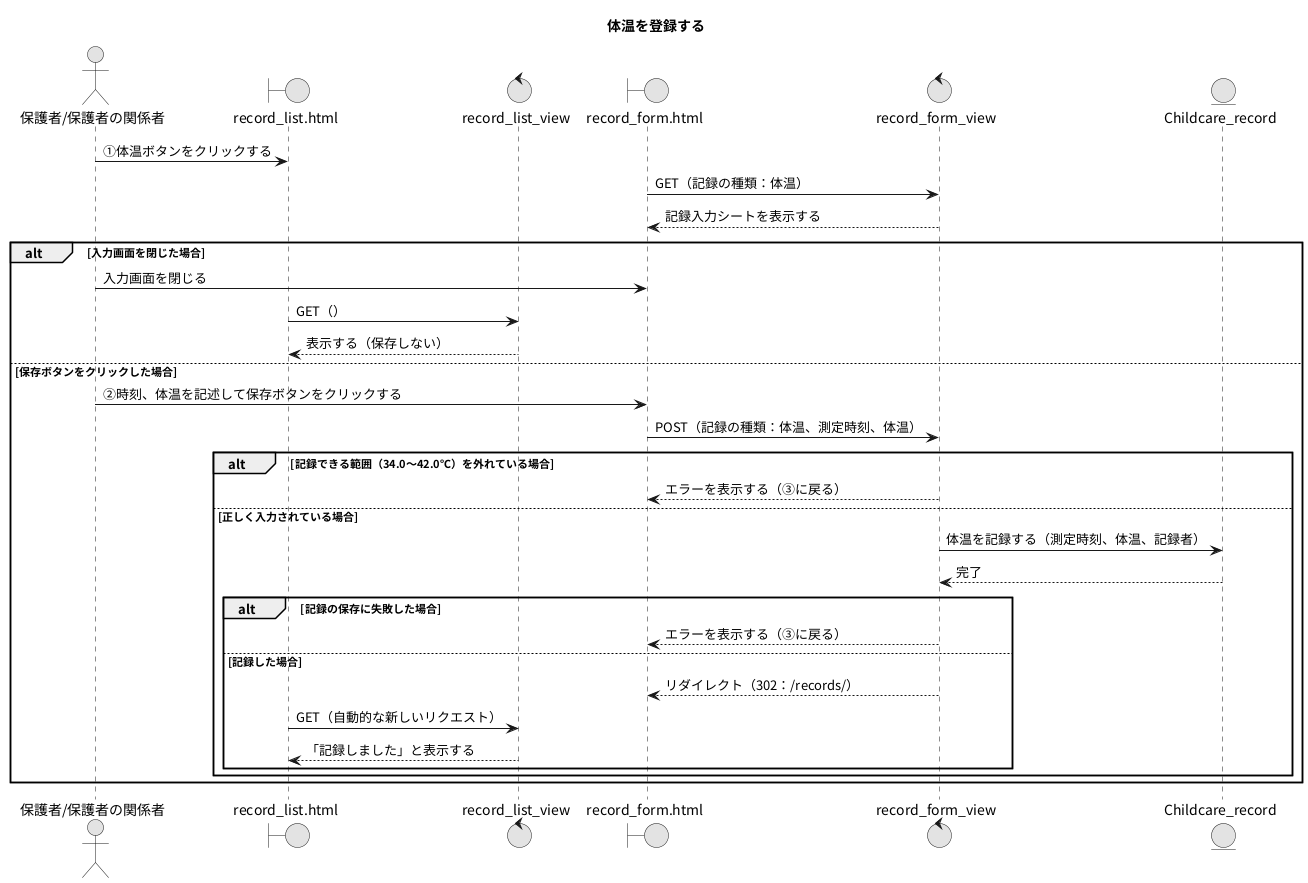
Above: PNG/31_体温を登録する.png in Ma2naga190330/26_sotugyou_puml (PlantUML), before the change.
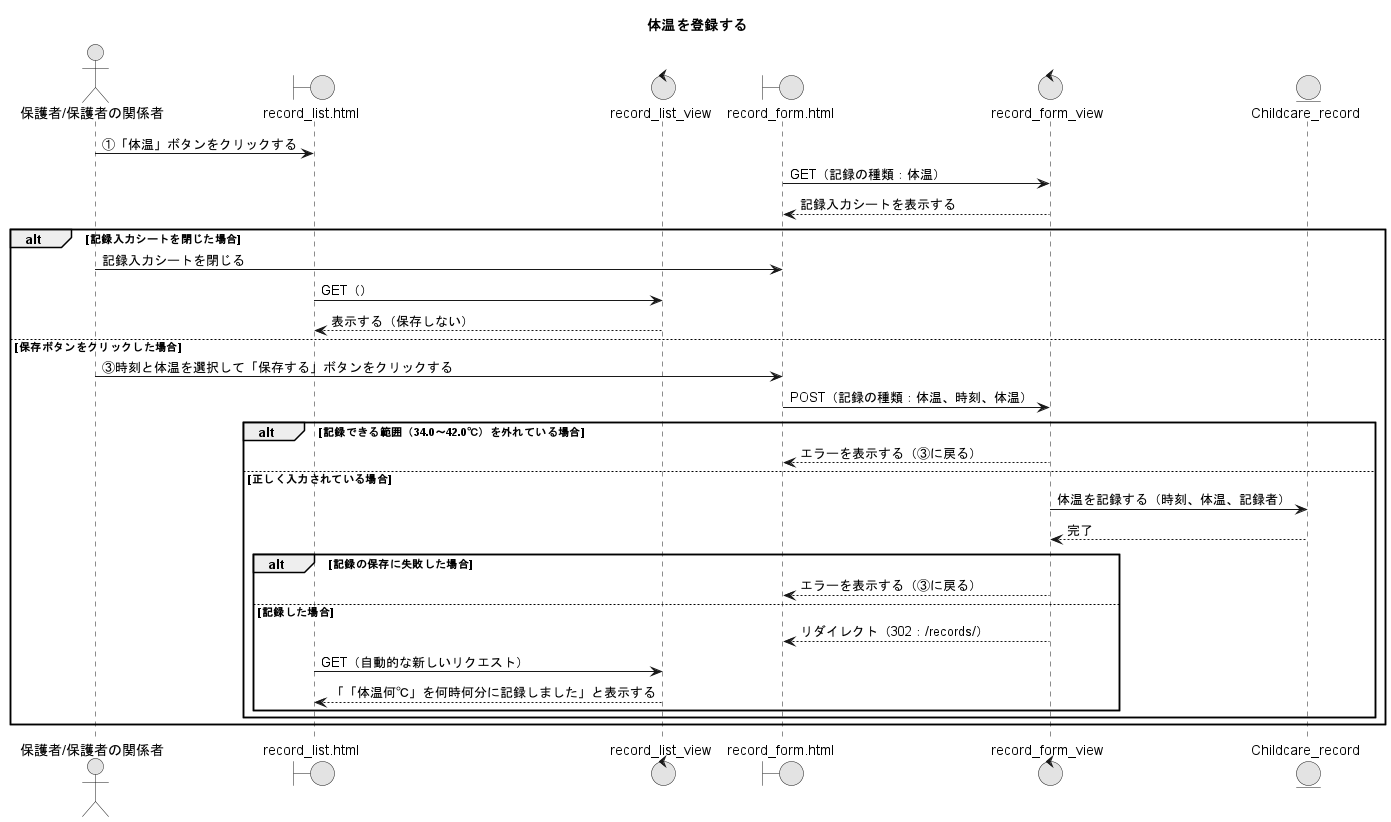
After the change.

The edit, as a diff of the source:
```diff
@@ -10,28 +10,28 @@
 control "record_form_view" as RFV
 entity "Childcare_record" as CRM
 
-A -> RLP : ①体温ボタンをクリックする
+A -> RLP : ①「体温」ボタンをクリックする
 RFP -> RFV : GET（記録の種類：体温）
 RFV --> RFP : 記録入力シートを表示する
 
-alt 入力画面を閉じた場合
-  A -> RFP : 入力画面を閉じる
+alt 記録入力シートを閉じた場合
+  A -> RFP : 記録入力シートを閉じる
   RLP -> RLV : GET（）
   RLV --> RLP : 表示する（保存しない）
 else 保存ボタンをクリックした場合
-  A -> RFP : ②時刻、体温を記述して保存ボタンをクリックする
-  RFP -> RFV : POST（記録の種類：体温、測定時刻、体温）
+  A -> RFP : ③時刻と体温を選択して「保存する」ボタンをクリックする
+  RFP -> RFV : POST（記録の種類：体温、時刻、体温）
   alt 記録できる範囲（34.0〜42.0℃）を外れている場合
     RFV --> RFP : エラーを表示する（③に戻る）
   else 正しく入力されている場合
-    RFV -> CRM : 体温を記録する（測定時刻、体温、記録者）
+    RFV -> CRM : 体温を記録する（時刻、体温、記録者）
     RFV <-- CRM : 完了
     alt 記録の保存に失敗した場合
       RFV --> RFP : エラーを表示する（③に戻る）
     else 記録した場合
       RFV --> RFP : リダイレクト（302：/records/）
       RLP -> RLV : GET（自動的な新しいリクエスト）
-      RLV --> RLP : 「記録しました」と表示する
+      RLV --> RLP : 「「体温何℃」を何時何分に記録しました」と表示する
     end
   end
 end
```
